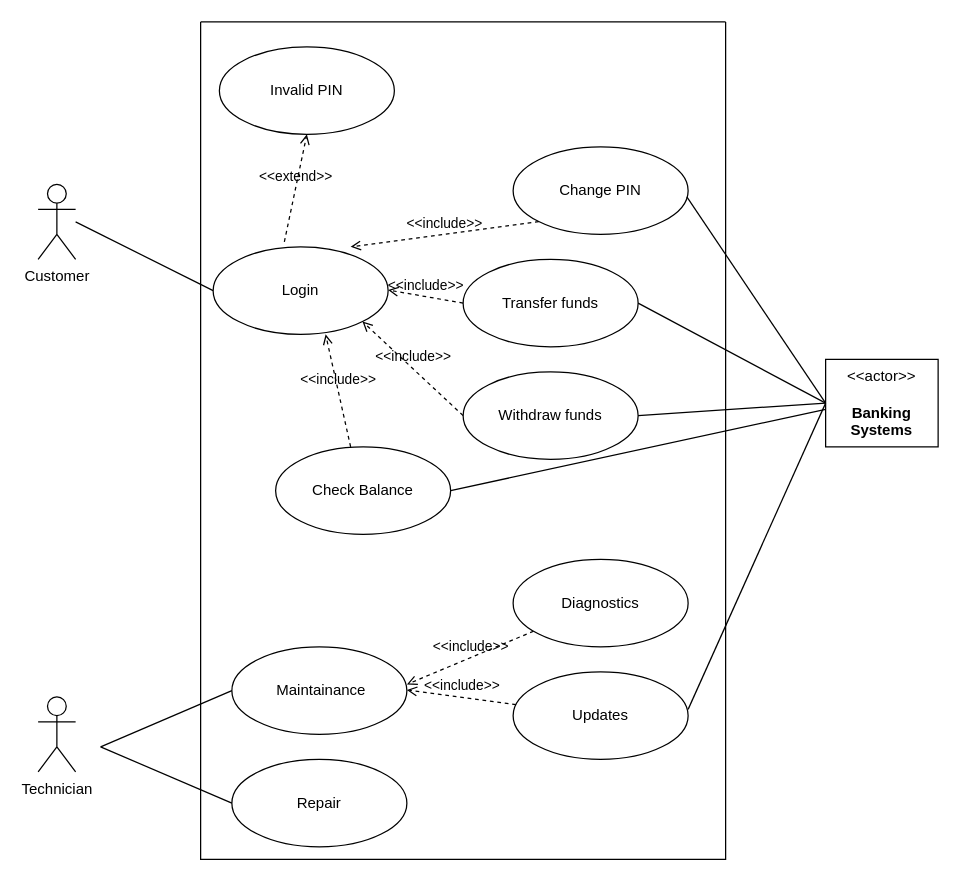
Before: UseCase ATM 3.drawio in LoneStreetSkater/DRAW.IO, a draw.io diagram. Source tidied: cells renumbered, new cells numbered last; positions are measured from the earlier drawing's top-left corner, leaving out a move shared by most shapes. Both pictures are drawn from the tidied source at 125%, with x=0, y=0 at pixel (38, 21).
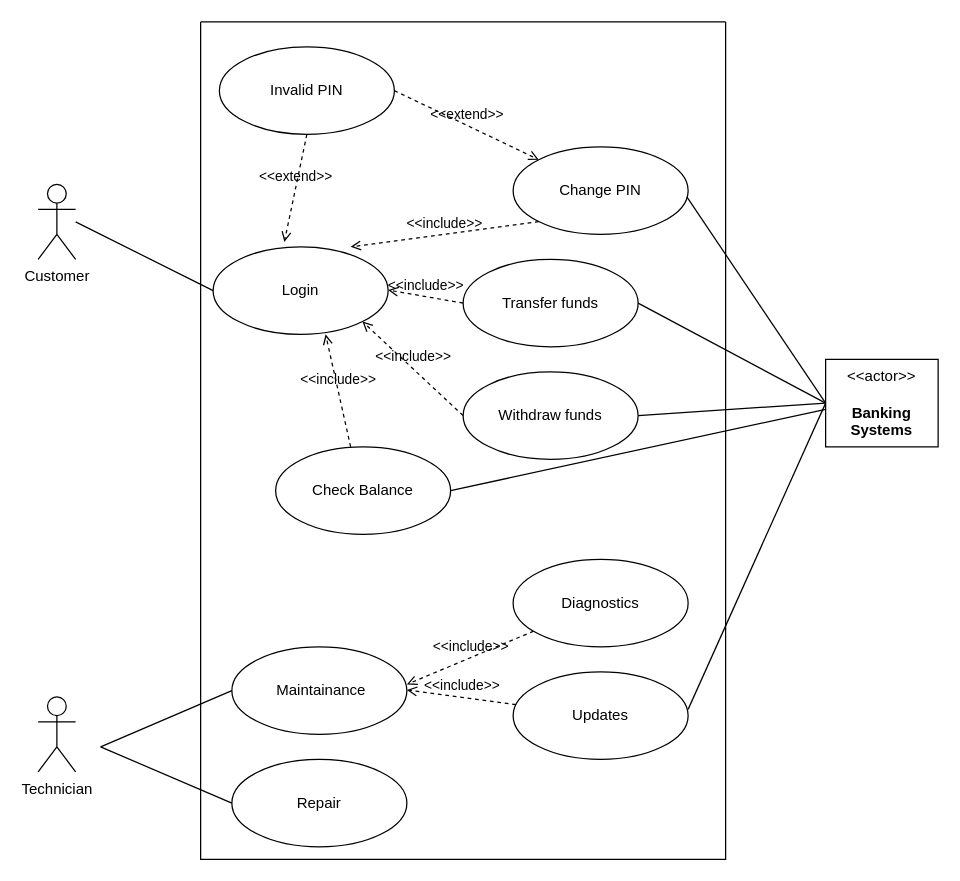
The same page after the edit.

Unchanged cells that the change refers to:
```xml
<mxCell id="5" value="Login" style="ellipse;whiteSpace=wrap;html=1;" parent="1" vertex="1">
  <mxGeometry x="140" y="180" width="140" height="70" as="geometry" />
</mxCell>
<mxCell id="6" value="Invalid PIN" style="ellipse;whiteSpace=wrap;html=1;" parent="1" vertex="1">
  <mxGeometry x="145" y="20" width="140" height="70" as="geometry" />
</mxCell>
<mxCell id="11" value="Change PIN" style="ellipse;whiteSpace=wrap;html=1;" parent="1" vertex="1">
  <mxGeometry x="380" y="100" width="140" height="70" as="geometry" />
</mxCell>
```

What changed in the source:
```diff
@@
-    <mxCell id="7" value="&amp;lt;&amp;lt;extend&amp;gt;&amp;gt;" style="html=1;verticalAlign=bottom;labelBackgroundColor=none;endArrow=open;endFill=0;dashed=1;rounded=0;entryX=0.5;entryY=1;entryDx=0;entryDy=0;exitX=0.407;exitY=-0.057;exitDx=0;exitDy=0;exitPerimeter=0;" parent="1" edge="1" source="5" target="6">
+    <mxCell id="7" value="&amp;lt;&amp;lt;extend&amp;gt;&amp;gt;" style="html=1;verticalAlign=bottom;labelBackgroundColor=none;endArrow=open;endFill=0;dashed=1;rounded=0;entryX=0.407;entryY=-0.057;entryDx=0;entryDy=0;exitX=0.5;exitY=1;exitDx=0;exitDy=0;entryPerimeter=0;" parent="1" edge="1" source="6" target="5">
       <mxGeometry relative="1" as="geometry" />
     </mxCell>
@@
+    <mxCell id="32" value="&amp;lt;&amp;lt;extend&amp;gt;&amp;gt;" style="html=1;verticalAlign=bottom;labelBackgroundColor=none;endArrow=open;endFill=0;dashed=1;rounded=0;entryX=0;entryY=0;entryDx=0;entryDy=0;exitX=1;exitY=0.5;exitDx=0;exitDy=0;" parent="1" edge="1" source="6" target="11">
+      <mxGeometry relative="1" as="geometry" />
+    </mxCell>
```
